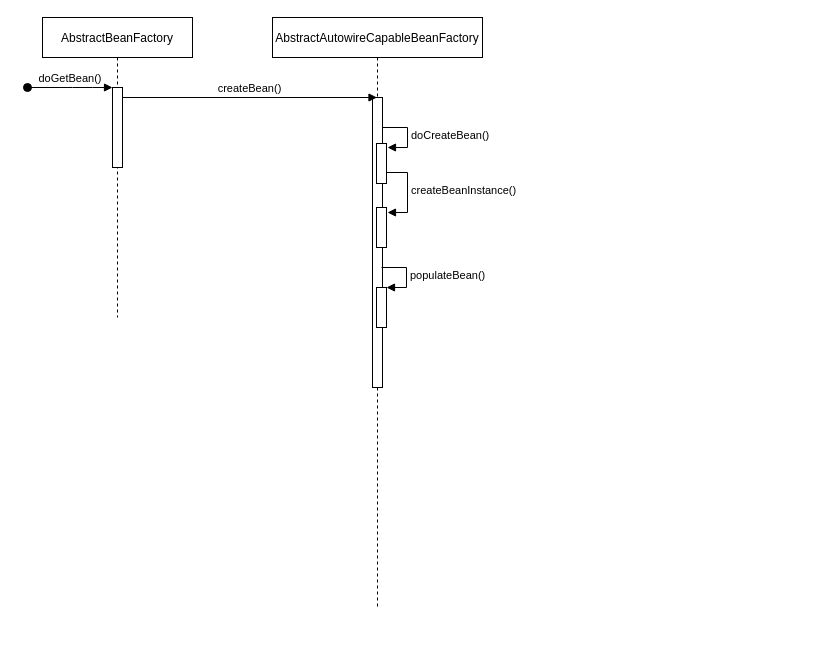
CatoyNan/Java-review keeps this draw.io diagram as spring/未命名绘图.drawio. Above is the earlier version. Source tidied: cells renumbered, new cells numbered last; positions are measured from the earlier drawing's top-left corner, leaving out a move shared by most shapes. Both pictures are drawn from the tidied source at 100%, with x=0, y=0 at pixel (27, 17).
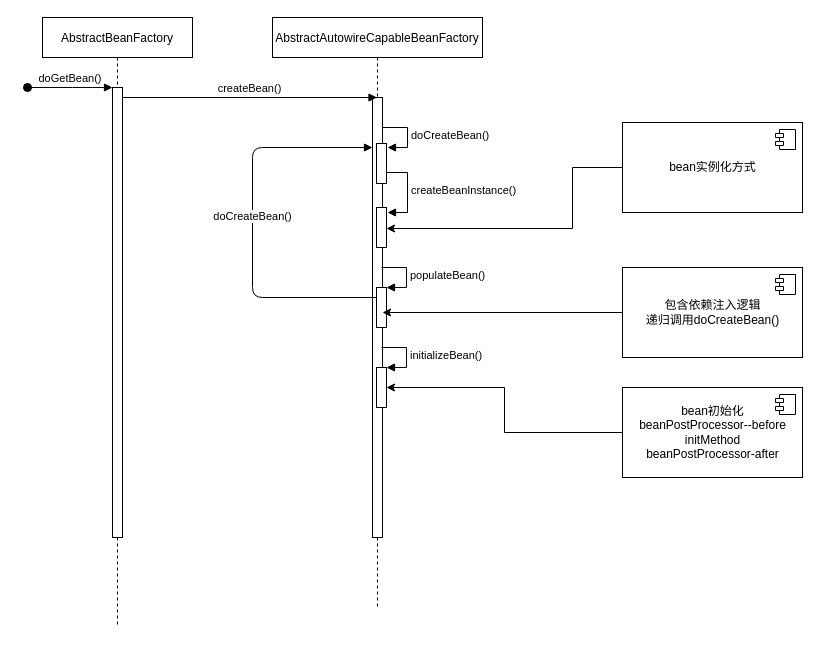
The same page after the edit.

Commit message:
更新未命名绘图.drawio

Unchanged cells that the change refers to:
```xml
<mxCell id="5" value="AbstractAutowireCapableBeanFactory" style="shape=umlLifeline;perimeter=lifelinePerimeter;rounded=0;shadow=0;strokeWidth=1;" parent="1" vertex="1">
  <mxGeometry x="245" width="210" height="590" as="geometry" />
</mxCell>
<mxCell id="10" style="html=1;points=[];perimeter=orthogonalPerimeter;" parent="5" vertex="1">
  <mxGeometry x="104" y="270" width="10" height="40" as="geometry" />
</mxCell>
```

Change to the diagram source:
```diff
@@
     <mxCell id="2" value="AbstractBeanFactory" style="shape=umlLifeline;perimeter=lifelinePerimeter;rounded=0;shadow=0;strokeWidth=1;" parent="1" vertex="1">
-      <mxGeometry x="15" width="150" height="300" as="geometry" />
+      <mxGeometry x="15" width="150" height="610" as="geometry" />
     </mxCell>
@@
     <mxCell id="4" style="html=1;perimeter=orthogonalPerimeter;" parent="2" vertex="1">
-      <mxGeometry x="70" y="70" width="10" height="80" as="geometry" />
+      <mxGeometry x="70" y="70" width="10" height="450" as="geometry" />
     </mxCell>
@@
     <mxCell id="6" style="html=1;perimeter=orthogonalPerimeter;" parent="5" vertex="1">
-      <mxGeometry x="100" y="80" width="10" height="290" as="geometry" />
+      <mxGeometry x="100" y="80" width="10" height="440" as="geometry" />
     </mxCell>
@@
+    <mxCell id="14" style="html=1;points=[];perimeter=orthogonalPerimeter;" parent="5" vertex="1">
+      <mxGeometry x="104" y="350" width="10" height="40" as="geometry" />
+    </mxCell>
+    <mxCell id="15" value="initializeBean()" style="edgeStyle=orthogonalEdgeStyle;html=1;align=left;spacingLeft=2;endArrow=block;rounded=0;entryX=1;entryY=0;" parent="5" edge="1" target="14">
+      <mxGeometry relative="1" as="geometry">
+        <mxPoint x="109" y="330" as="sourcePoint" />
+        <Array as="points">
+          <mxPoint x="134" y="330" />
+        </Array>
+      </mxGeometry>
+    </mxCell>
+    <mxCell id="16" value="doCreateBean()" style="html=1;verticalAlign=bottom;endArrow=block;" parent="5" edge="1" source="5">
+      <mxGeometry relative="1" as="geometry">
+        <mxPoint x="100" y="130" as="targetPoint" />
+        <Array as="points">
+          <mxPoint x="-20" y="280" />
+          <mxPoint x="-20" y="130" />
+        </Array>
+      </mxGeometry>
+    </mxCell>
@@
+    <mxCell id="17" style="edgeStyle=orthogonalEdgeStyle;rounded=0;jettySize=auto;html=1;entryX=0.6;entryY=0.625;entryDx=0;entryDy=0;entryPerimeter=0;" parent="1" edge="1" source="18" target="10">
+      <mxGeometry relative="1" as="geometry" />
+    </mxCell>
+    <mxCell id="18" value="包含依赖注入逻辑&lt;br&gt;递归调用doCreateBean()&lt;br&gt;" style="html=1;" parent="1" vertex="1">
+      <mxGeometry x="595" y="250" width="180" height="90" as="geometry" />
+    </mxCell>
+    <mxCell id="19" style="shape=module;jettyWidth=8;jettyHeight=4;" parent="18" vertex="1">
+      <mxGeometry x="1" width="20" height="20" relative="1" as="geometry">
+        <mxPoint x="-27" y="7" as="offset" />
+      </mxGeometry>
+    </mxCell>
+    <mxCell id="20" style="edgeStyle=orthogonalEdgeStyle;rounded=0;jettySize=auto;html=1;" parent="1" edge="1" source="21">
+      <mxGeometry relative="1" as="geometry">
+        <mxPoint x="359" y="211" as="targetPoint" />
+        <Array as="points">
+          <mxPoint x="545" y="150" />
+          <mxPoint x="545" y="211" />
+        </Array>
+      </mxGeometry>
+    </mxCell>
+    <mxCell id="21" value="bean实例化方式" style="html=1;" parent="1" vertex="1">
+      <mxGeometry x="595" y="105" width="180" height="90" as="geometry" />
+    </mxCell>
+    <mxCell id="22" style="shape=module;jettyWidth=8;jettyHeight=4;" parent="21" vertex="1">
+      <mxGeometry x="1" width="20" height="20" relative="1" as="geometry">
+        <mxPoint x="-27" y="7" as="offset" />
+      </mxGeometry>
+    </mxCell>
+    <mxCell id="23" style="edgeStyle=orthogonalEdgeStyle;rounded=0;jettySize=auto;html=1;" parent="1" edge="1" source="24" target="14">
+      <mxGeometry relative="1" as="geometry" />
+    </mxCell>
+    <mxCell id="24" value="bean初始化&lt;br&gt;beanPostProcessor--before&lt;br&gt;initMethod&lt;br&gt;beanPostProcessor-after" style="html=1;" parent="1" vertex="1">
+      <mxGeometry x="595" y="370" width="180" height="90" as="geometry" />
+    </mxCell>
+    <mxCell id="25" style="shape=module;jettyWidth=8;jettyHeight=4;" parent="24" vertex="1">
+      <mxGeometry x="1" width="20" height="20" relative="1" as="geometry">
+        <mxPoint x="-27" y="7" as="offset" />
+      </mxGeometry>
+    </mxCell>
```
